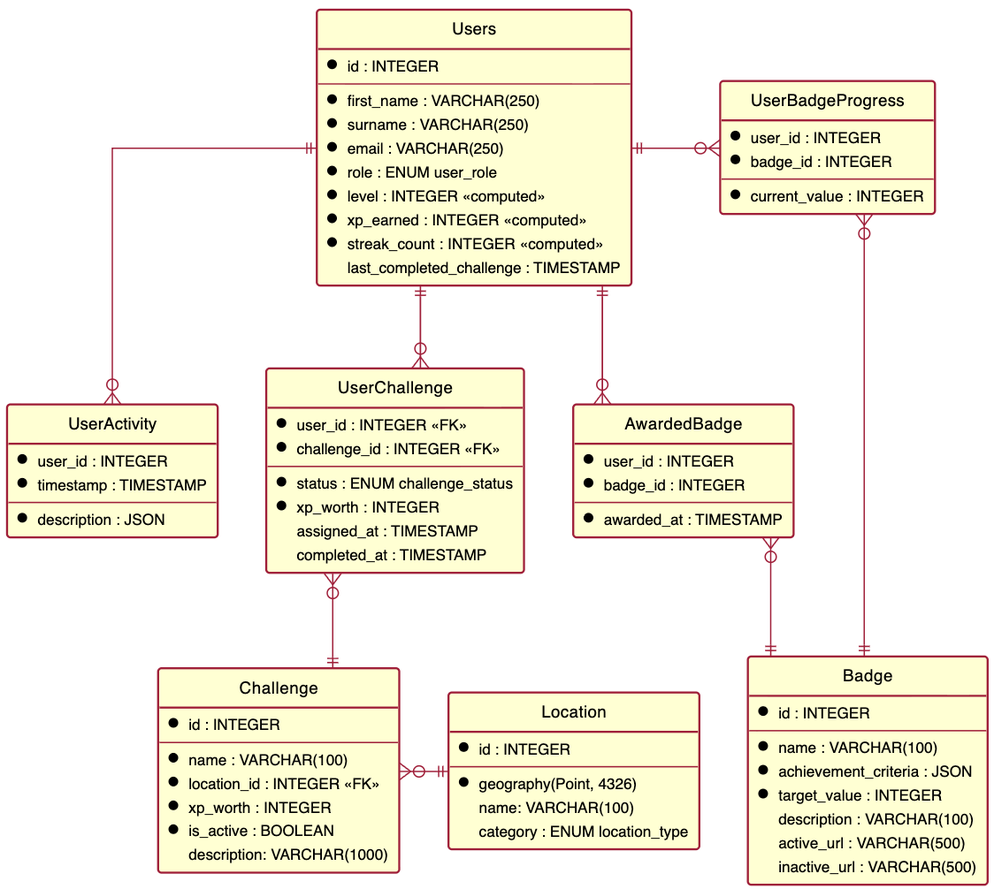
This is diagrams/erd.png from UOA-CS732-S1-2026/group-project-shimmering-shrews, a PlantUML export, as it was before one commit. Its source is kept beside it as diagrams/erd.puml.
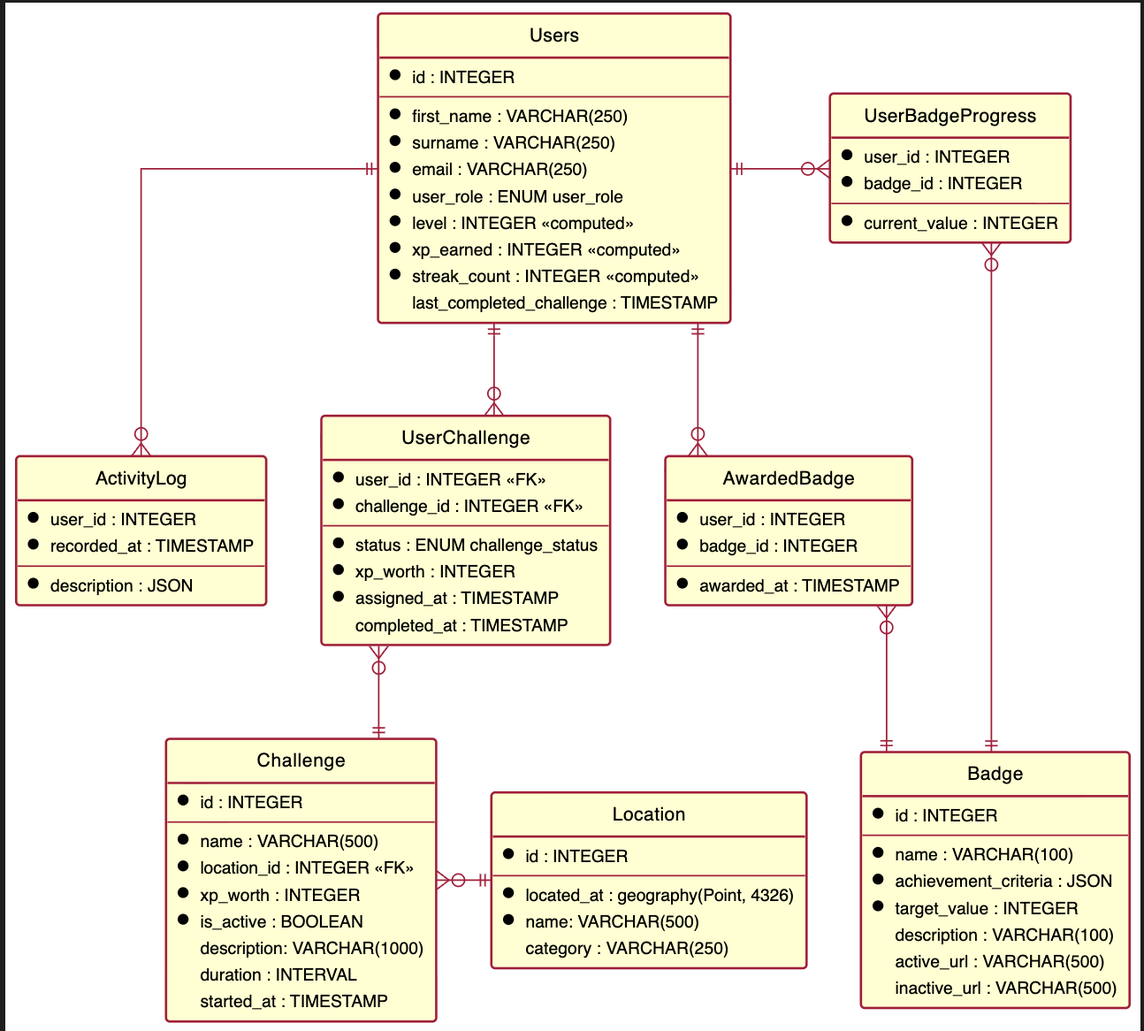
The same diagram one commit later.

Commit message:
Update schema to account for challenge expiry

References #1

The edit, as a diff of the source:
```diff
@@ -12,7 +12,7 @@
   * first_name : VARCHAR(250)
   * surname : VARCHAR(250)
   * email : VARCHAR(250)
-  * role : ENUM user_role
+  * user_role : ENUM user_role
   * level : INTEGER <<computed>>
   * xp_earned : INTEGER <<computed>>
   * streak_count : INTEGER <<computed>>
@@ -37,9 +37,9 @@
   * current_value : INTEGER
 }
 
-entity "UserActivity" as user_activity {
+entity "ActivityLog" as activity_log {
   * user_id : INTEGER
-  * timestamp : TIMESTAMP
+  * recorded_at : TIMESTAMP
   --
   * description : JSON
 }
@@ -57,26 +57,28 @@
   --
   * status : ENUM challenge_status
   * xp_worth : INTEGER
-  assigned_at : TIMESTAMP
+  * assigned_at : TIMESTAMP
   completed_at : TIMESTAMP
 }
 
 entity "Challenge" as challenge {
   * id : INTEGER
   --
-  * name : VARCHAR(100)
+  * name : VARCHAR(500)
   * location_id : INTEGER <<FK>>
   * xp_worth : INTEGER
   * is_active : BOOLEAN
   description: VARCHAR(1000)
+  duration : INTERVAL
+  started_at : TIMESTAMP
 }
 
 entity "Location" as location {
   * id : INTEGER
   --
-  * geography(Point, 4326)
-  name: VARCHAR(100)
-  category : ENUM location_type
+  * located_at : geography(Point, 4326)
+  * name: VARCHAR(500)
+  category : VARCHAR(250)
 }
 
 users ||--o{ user_challenge
@@ -86,6 +88,6 @@
 users ||-o{ user_badge_progress
 awarded_badge }o--|| badge
 user_badge_progress }o---|| badge
-users ||--o{ user_activity
+users ||--o{ activity_log
 
 @enduml
```
